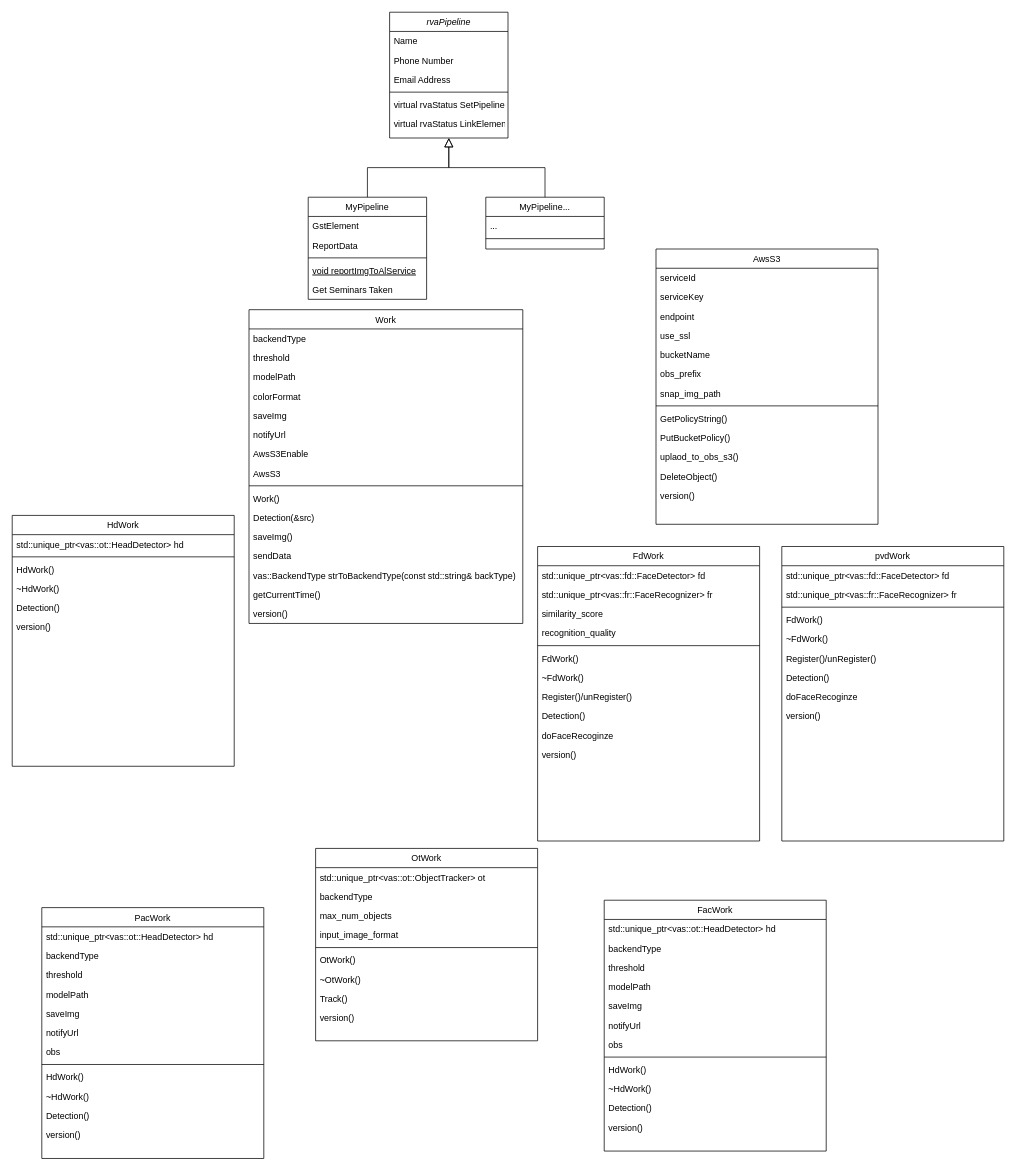
This is owt5.0-vas-plugin.drawio from WOM89757/diagrams, a draw.io file, before an edit. Source tidied: cells renumbered, new cells numbered last; positions are measured from the earlier drawing's top-left corner, leaving out a move shared by most shapes. Both pictures are drawn from the tidied source at 74%, with x=0, y=0 at pixel (12, 12).
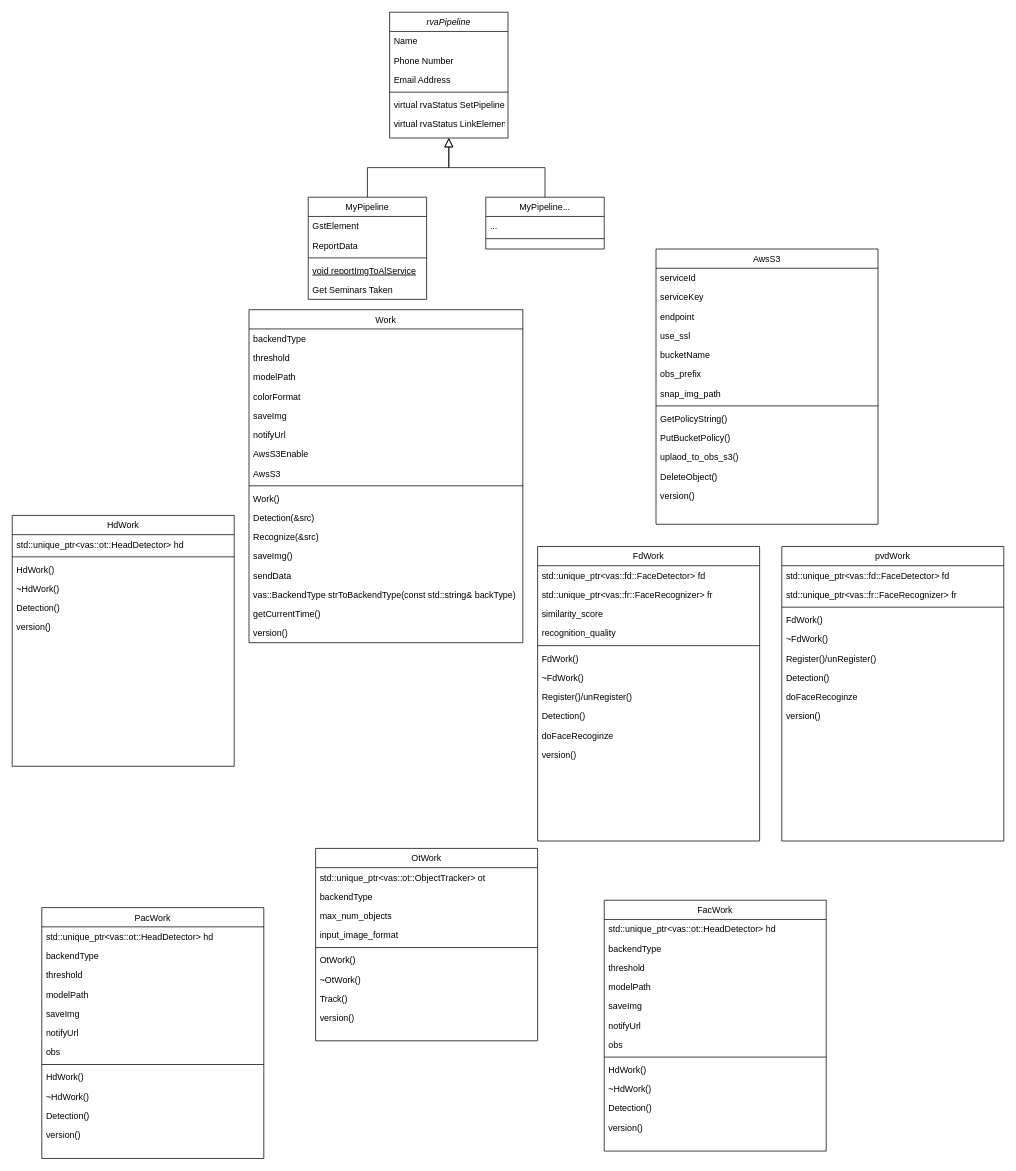
The same diagram, later.

What changed in the source:
```diff
@@
     <mxCell id="75" value="Work" style="swimlane;fontStyle=0;align=center;verticalAlign=top;horizontal=1;startSize=26;rounded=0;shadow=0;strokeWidth=1;" parent="1" vertex="1">
-      <mxGeometry x="320" y="402" width="370" height="424" as="geometry" />
+      <mxGeometry x="320" y="402" width="370" height="450" as="geometry" />
     </mxCell>
@@
+    <mxCell id="116" value="Recognize(&amp;src)" style="text;align=left;verticalAlign=top;spacingLeft=4;spacingRight=4;overflow=hidden;" parent="75" vertex="1">
+      <mxGeometry y="294" width="370" height="26" as="geometry" />
+    </mxCell>
     <mxCell id="87" value="saveImg()" style="text;align=left;verticalAlign=top;spacingLeft=4;spacingRight=4;overflow=hidden;" parent="75" vertex="1">
-      <mxGeometry y="294" width="370" height="26" as="geometry" />
+      <mxGeometry y="320" width="370" height="26" as="geometry" />
     </mxCell>
     <mxCell id="88" value="sendData" style="text;align=left;verticalAlign=top;spacingLeft=4;spacingRight=4;overflow=hidden;" parent="75" vertex="1">
-      <mxGeometry y="320" width="370" height="26" as="geometry" />
+      <mxGeometry y="346" width="370" height="26" as="geometry" />
     </mxCell>
     <mxCell id="89" value="vas::BackendType strToBackendType(const std::string&amp; backType)" style="text;align=left;verticalAlign=top;spacingLeft=4;spacingRight=4;overflow=hidden;" parent="75" vertex="1">
-      <mxGeometry y="346" width="370" height="26" as="geometry" />
+      <mxGeometry y="372" width="370" height="26" as="geometry" />
     </mxCell>
     <mxCell id="90" value="getCurrentTime()" style="text;align=left;verticalAlign=top;spacingLeft=4;spacingRight=4;overflow=hidden;" parent="75" vertex="1">
-      <mxGeometry y="372" width="370" height="26" as="geometry" />
+      <mxGeometry y="398" width="370" height="26" as="geometry" />
     </mxCell>
     <mxCell id="91" value="version()" style="text;align=left;verticalAlign=top;spacingLeft=4;spacingRight=4;overflow=hidden;" parent="75" vertex="1">
-      <mxGeometry y="398" width="370" height="26" as="geometry" />
+      <mxGeometry y="424" width="370" height="26" as="geometry" />
     </mxCell>
```
